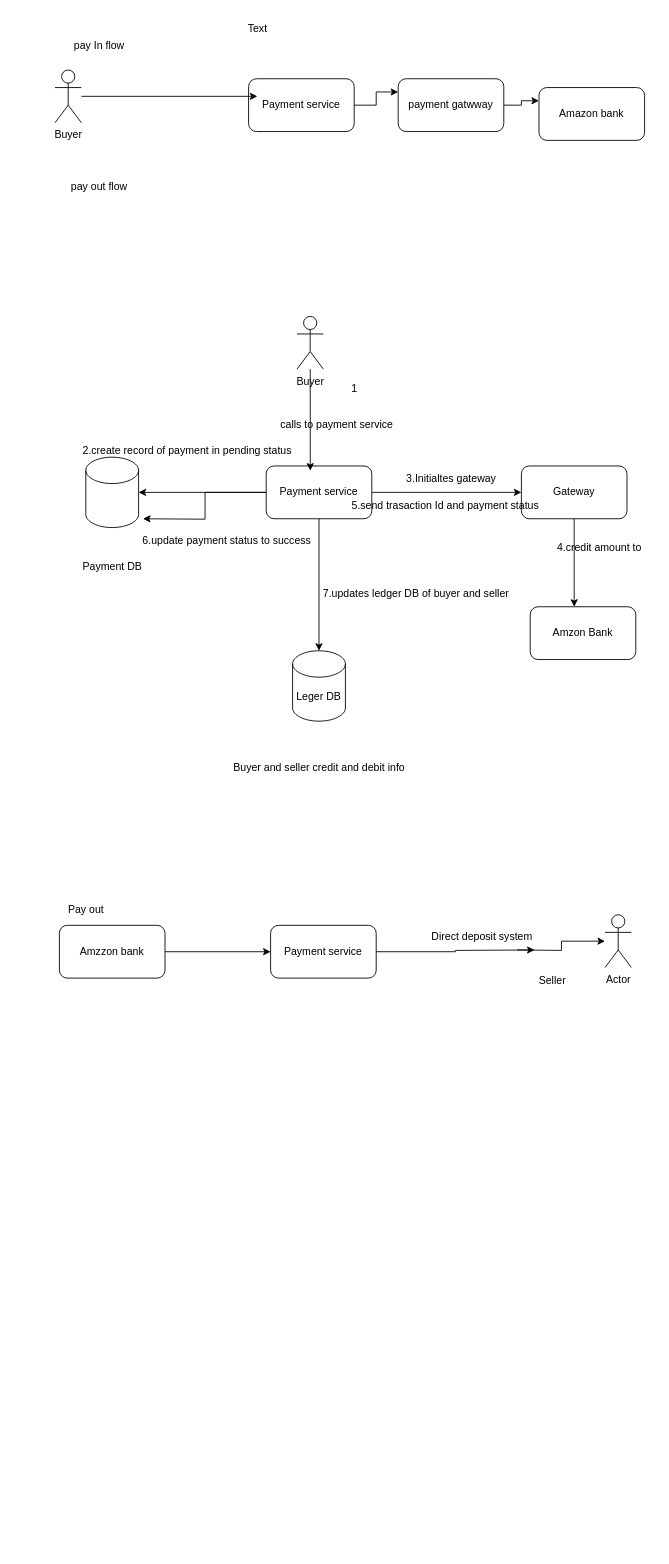
The draw.io diagram notification/Payment.drawio in vemarajusaikrishna/hld, before the edit. Source tidied: cells renumbered, new cells numbered last; positions are measured from the earlier drawing's top-left corner, leaving out a move shared by most shapes. Both pictures are drawn from the tidied source at 88%, with x=0, y=0 at pixel (55, 15).
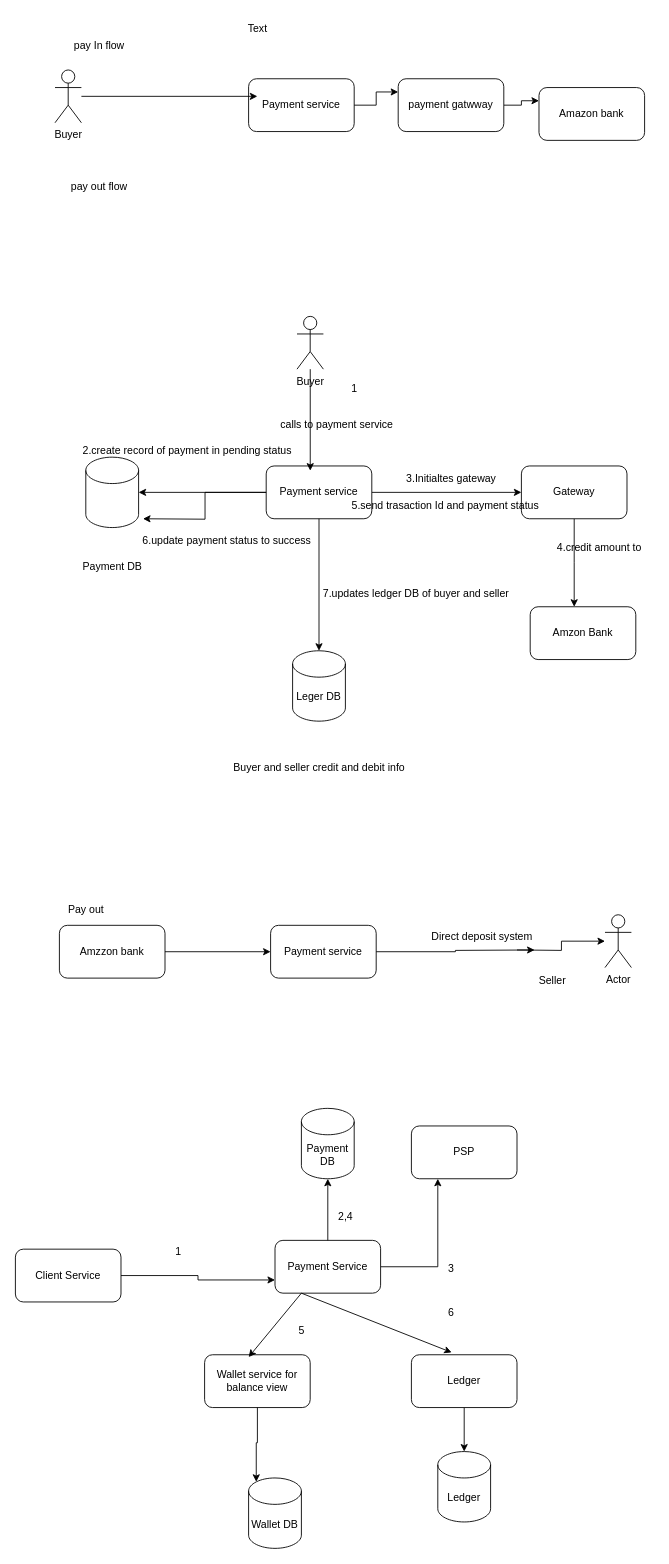
The same diagram, later.

Change to the diagram source:
```diff
@@
+    <mxCell id="43" style="edgeStyle=orthogonalEdgeStyle;rounded=0;jettySize=auto;html=1;entryX=0.25;entryY=1;entryDx=0;entryDy=0;" parent="1" edge="1" source="44" target="48">
+      <mxGeometry relative="1" as="geometry" />
+    </mxCell>
+    <mxCell id="44" value="Payment Service" style="rounded=1;whiteSpace=wrap;html=1;" parent="1" vertex="1">
+      <mxGeometry x="250" y="1392" width="120" height="60" as="geometry" />
+    </mxCell>
+    <mxCell id="45" value="Wallet service for balance view" style="rounded=1;whiteSpace=wrap;html=1;" parent="1" vertex="1">
+      <mxGeometry x="170" y="1522" width="120" height="60" as="geometry" />
+    </mxCell>
+    <mxCell id="46" style="edgeStyle=orthogonalEdgeStyle;rounded=0;jettySize=auto;html=1;" parent="1" edge="1" source="47" target="53">
+      <mxGeometry relative="1" as="geometry" />
+    </mxCell>
+    <mxCell id="47" value="Ledger" style="rounded=1;whiteSpace=wrap;html=1;" parent="1" vertex="1">
+      <mxGeometry x="405" y="1522" width="120" height="60" as="geometry" />
+    </mxCell>
+    <mxCell id="48" value="PSP" style="rounded=1;whiteSpace=wrap;html=1;" parent="1" vertex="1">
+      <mxGeometry x="405" y="1262" width="120" height="60" as="geometry" />
+    </mxCell>
+    <mxCell id="49" style="endArrow=classic;html=1;rounded=0;entryX=0.417;entryY=0.044;entryDx=0;entryDy=0;entryPerimeter=0;" parent="1" edge="1" target="45">
+      <mxGeometry relative="1" as="geometry">
+        <mxPoint x="280" y="1452" as="sourcePoint" />
+      </mxGeometry>
+    </mxCell>
+    <mxCell id="50" style="endArrow=classic;html=1;rounded=0;entryX=0.381;entryY=-0.044;entryDx=0;entryDy=0;entryPerimeter=0;" parent="1" edge="1" target="47">
+      <mxGeometry relative="1" as="geometry">
+        <mxPoint x="280" y="1452" as="sourcePoint" />
+      </mxGeometry>
+    </mxCell>
+    <mxCell id="51" value="Wallet DB" style="shape=cylinder3;whiteSpace=wrap;html=1;boundedLbl=1;backgroundOutline=1;size=15;" parent="1" vertex="1">
+      <mxGeometry x="220" y="1662" width="60" height="80" as="geometry" />
+    </mxCell>
+    <mxCell id="52" style="edgeStyle=orthogonalEdgeStyle;rounded=0;jettySize=auto;html=1;entryX=0.145;entryY=0;entryDx=0;entryDy=4.35;entryPerimeter=0;" parent="1" edge="1" source="45" target="51">
+      <mxGeometry relative="1" as="geometry" />
+    </mxCell>
+    <mxCell id="53" value="Ledger" style="shape=cylinder3;whiteSpace=wrap;html=1;boundedLbl=1;backgroundOutline=1;size=15;" parent="1" vertex="1">
+      <mxGeometry x="435" y="1632" width="60" height="80" as="geometry" />
+    </mxCell>
+    <mxCell id="54" value="Payment DB" style="shape=cylinder3;whiteSpace=wrap;html=1;boundedLbl=1;backgroundOutline=1;size=15;" parent="1" vertex="1">
+      <mxGeometry x="280" y="1242" width="60" height="80" as="geometry" />
+    </mxCell>
+    <mxCell id="55" style="edgeStyle=orthogonalEdgeStyle;rounded=0;jettySize=auto;html=1;entryX=0.5;entryY=1;entryDx=0;entryDy=0;entryPerimeter=0;" parent="1" edge="1" source="44" target="54">
+      <mxGeometry relative="1" as="geometry" />
+    </mxCell>
+    <mxCell id="56" style="edgeStyle=orthogonalEdgeStyle;rounded=0;jettySize=auto;html=1;entryX=0;entryY=0.75;entryDx=0;entryDy=0;" parent="1" edge="1" source="57" target="44">
+      <mxGeometry relative="1" as="geometry" />
+    </mxCell>
+    <mxCell id="57" value="Client Service" style="rounded=1;whiteSpace=wrap;html=1;" parent="1" vertex="1">
+      <mxGeometry x="-45" y="1402" width="120" height="60" as="geometry" />
+    </mxCell>
+    <mxCell id="58" value="1" style="text;html=1;align=center;verticalAlign=middle;strokeColor=none;fillColor=none;" parent="1" vertex="1">
+      <mxGeometry x="125" y="1390" width="30" height="30" as="geometry" />
+    </mxCell>
+    <mxCell id="59" value="2,4" style="text;html=1;align=center;verticalAlign=middle;strokeColor=none;fillColor=none;" parent="1" vertex="1">
+      <mxGeometry x="310" y="1350" width="40" height="30" as="geometry" />
+    </mxCell>
+    <mxCell id="60" value="3" style="text;html=1;align=center;verticalAlign=middle;strokeColor=none;fillColor=none;" parent="1" vertex="1">
+      <mxGeometry x="435" y="1410" width="30" height="30" as="geometry" />
+    </mxCell>
+    <mxCell id="61" value="5" style="text;html=1;align=center;verticalAlign=middle;strokeColor=none;fillColor=none;" parent="1" vertex="1">
+      <mxGeometry x="265" y="1480" width="30" height="30" as="geometry" />
+    </mxCell>
+    <mxCell id="62" value="6" style="text;html=1;align=center;verticalAlign=middle;strokeColor=none;fillColor=none;" parent="1" vertex="1">
+      <mxGeometry x="435" y="1460" width="30" height="30" as="geometry" />
+    </mxCell>
```
